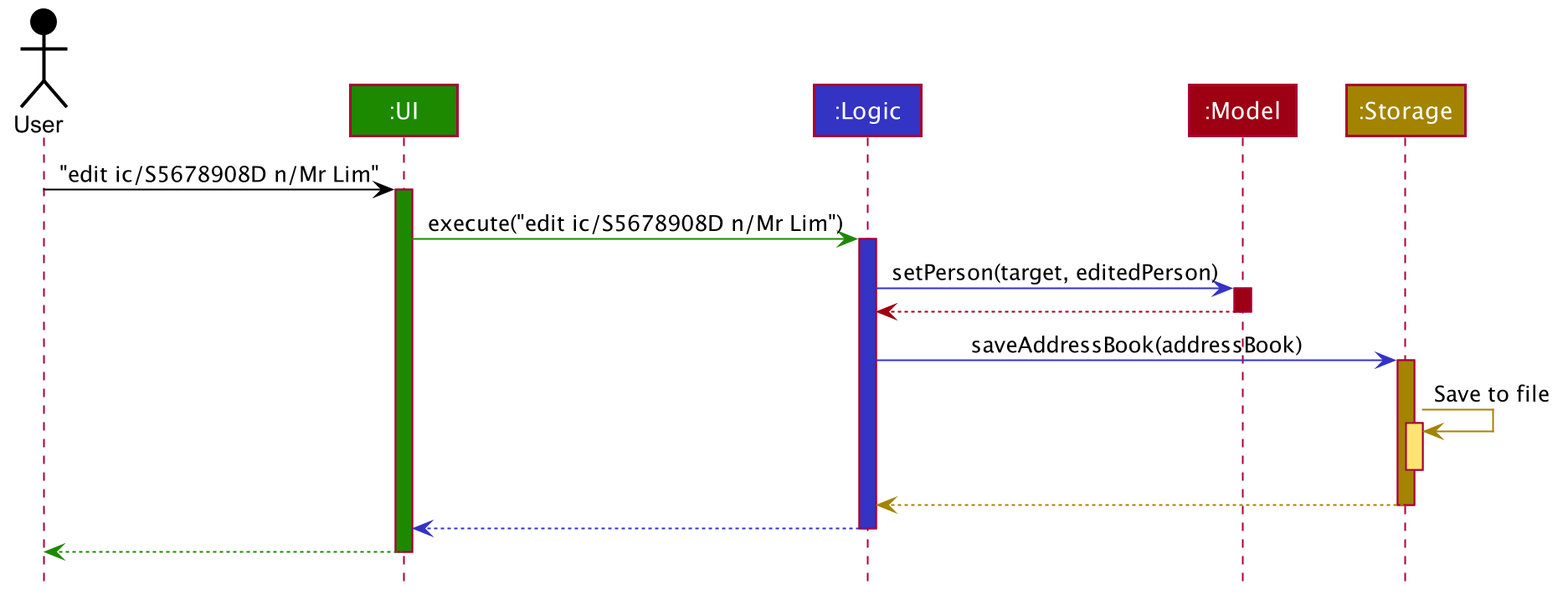
AY1920S1-CS2103T-T13-1/main keeps this PlantUML diagram as docs/images/ArchitectureSequenceDiagram.png. Above is the earlier version. Source of this version:
```plantuml
@startuml








skinparam BackgroundColor #FFFFFFF

skinparam Shadowing false

skinparam Class {
    FontColor #FFFFFF
    BorderThickness 1
    BorderColor #FFFFFF
    StereotypeFontColor #FFFFFF
    FontName Arial
}

skinparam Actor {
    BorderColor #000000
    Color #000000
    FontName Arial
}

skinparam Sequence {
    MessageAlign center
    BoxFontSize 15
    BoxPadding 0
    BoxFontColor #FFFFFF
    FontName Arial
}

skinparam Participant {
    FontColor #FFFFFFF
    Padding 20
}

skinparam MinClassWidth 50
skinparam ParticipantPadding 10
skinparam Shadowing false
skinparam DefaultTextAlignment center
skinparam packageStyle Rectangle

hide footbox
hide members
hide circle

Actor User as user #000000
Participant ":UI" as ui #1D8900
Participant ":Logic" as logic #3333C4
Participant ":Model" as model #9D0012
Participant ":Storage" as storage #A38300

user -[#000000]> ui : "edit ic/S5678908D n/Mr Lim"
activate ui #1D8900

ui -[#1D8900]> logic : execute("edit ic/S5678908D n/Mr Lim")
activate logic #3333C4

logic -[#3333C4]> model : setPerson(target, editedPerson)
activate model #9D0012

model -[#9D0012]-> logic
deactivate model

logic -[#3333C4]> storage : saveAddressBook(addressBook)
activate storage #A38300

storage -[#A38300]> storage : Save to file
activate storage #FFE374
deactivate storage

storage --[#A38300]> logic
deactivate storage

logic --[#3333C4]> ui
deactivate logic

ui--[#1D8900]> user
deactivate ui
@enduml
```
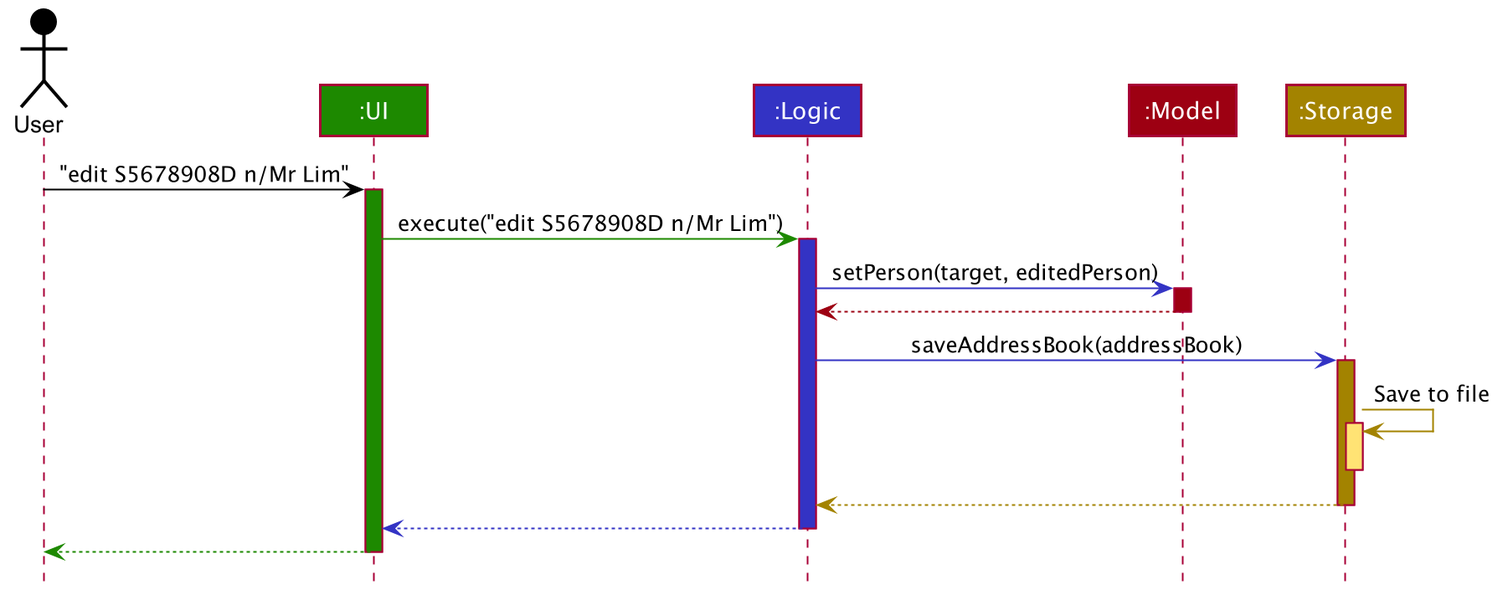
After the commit.

What changed in the source:
```diff
@@ -54,10 +54,10 @@
 Participant ":Model" as model #9D0012
 Participant ":Storage" as storage #A38300
 
-user -[#000000]> ui : "edit ic/S5678908D n/Mr Lim"
+user -[#000000]> ui : "edit S5678908D n/Mr Lim"
 activate ui #1D8900
 
-ui -[#1D8900]> logic : execute("edit ic/S5678908D n/Mr Lim")
+ui -[#1D8900]> logic : execute("edit S5678908D n/Mr Lim")
 activate logic #3333C4
 
 logic -[#3333C4]> model : setPerson(target, editedPerson)
```
